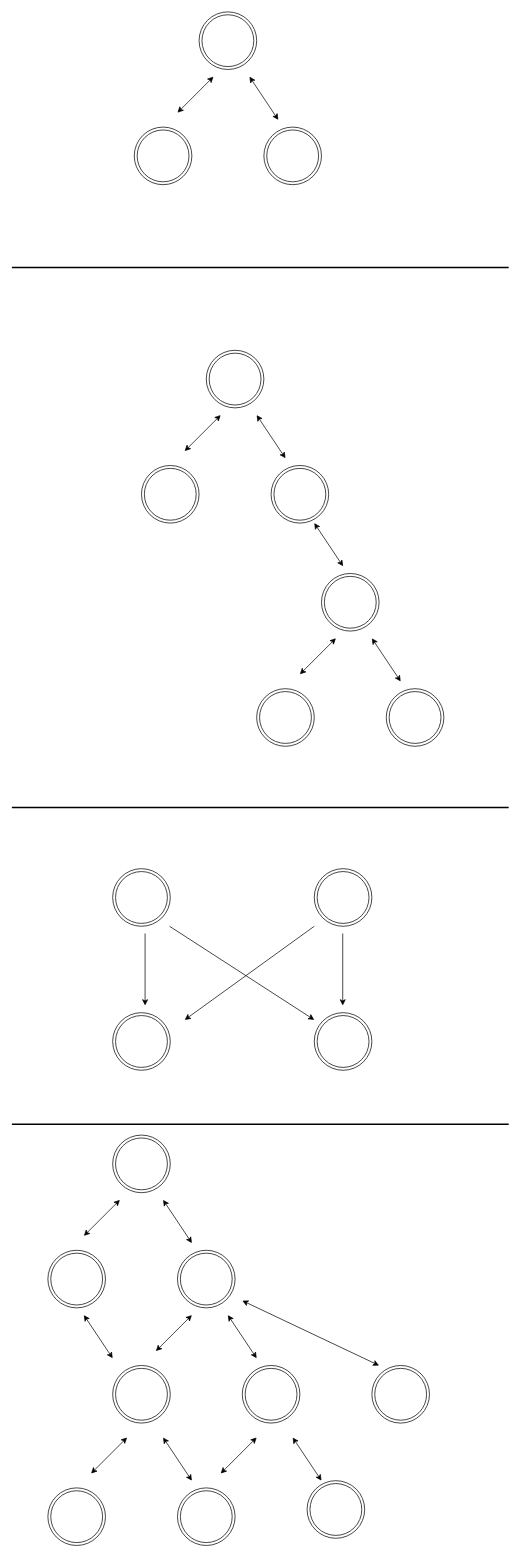
Earlier version of the draw.io diagram GraphTypes.drawio (steve-torchia/sandbox). Source tidied: cells renumbered, new cells numbered last; positions are measured from the earlier drawing's top-left corner, leaving out a move shared by most shapes. Both pictures are drawn from the tidied source at 72%, with x=0, y=0 at pixel (12, 12).
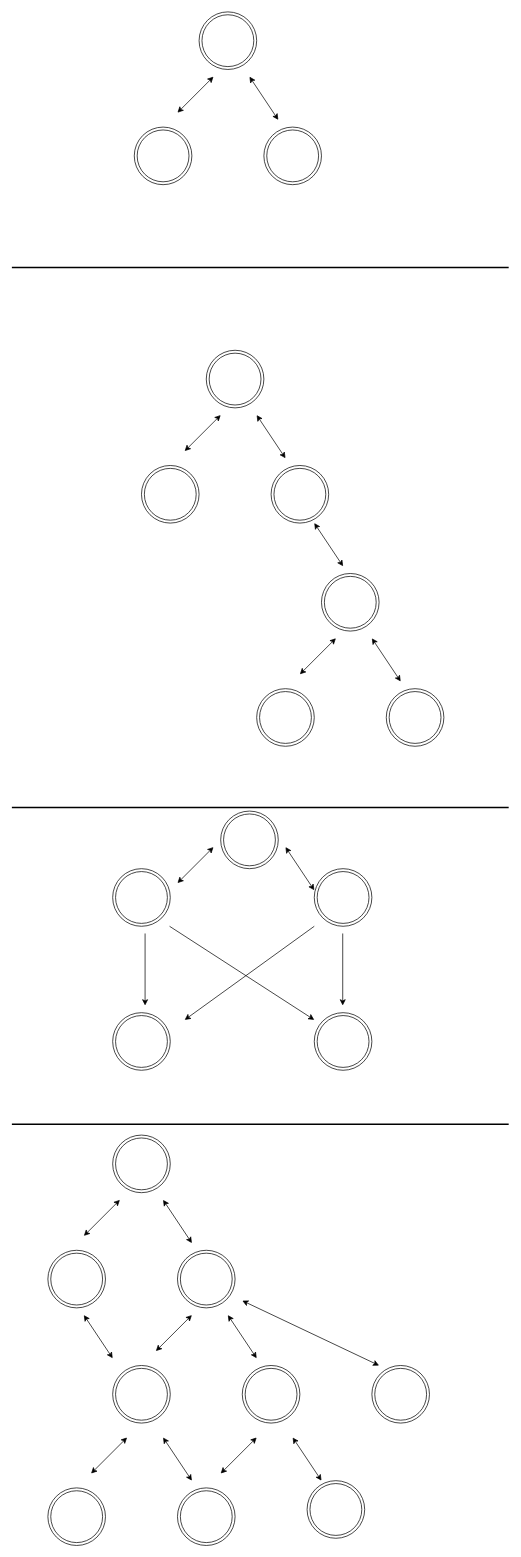
After the change.

What changed in the source:
```diff
@@
+    <mxCell id="48" style="ellipse;shape=doubleEllipse;whiteSpace=wrap;html=1;" parent="1" vertex="1">
+      <mxGeometry x="290" y="1110" width="80" height="80" as="geometry" />
+    </mxCell>
+    <mxCell id="49" style="endArrow=classic;startArrow=classic;html=1;" parent="1" edge="1">
+      <mxGeometry relative="1" as="geometry">
+        <mxPoint x="230" y="1210" as="sourcePoint" />
+        <mxPoint x="280" y="1160" as="targetPoint" />
+      </mxGeometry>
+    </mxCell>
+    <mxCell id="50" style="endArrow=classic;startArrow=classic;html=1;" parent="1" edge="1">
+      <mxGeometry relative="1" as="geometry">
+        <mxPoint x="420" y="1220" as="sourcePoint" />
+        <mxPoint x="380" y="1160" as="targetPoint" />
+      </mxGeometry>
+    </mxCell>
```
